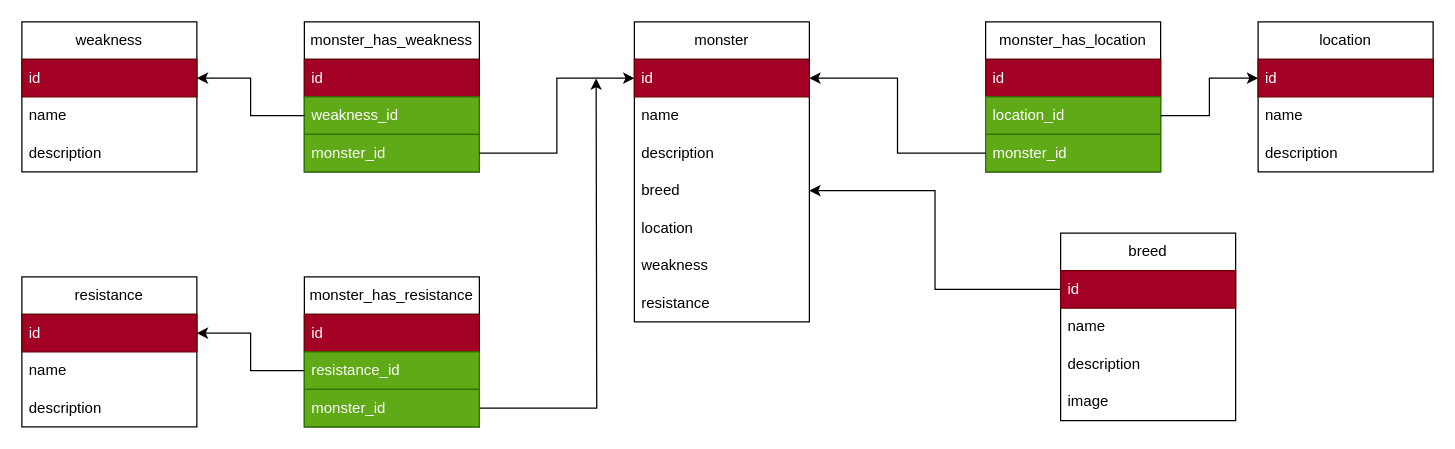
This is modelisation/mld/mld.drawio from AlainBonneau/Witcher-API, a draw.io file, before an edit. Source tidied: cells renumbered, new cells numbered last; positions are measured from the earlier drawing's top-left corner, leaving out a move shared by most shapes. Both pictures are drawn from the tidied source at 125%, with x=0, y=0 at pixel (21, 21).
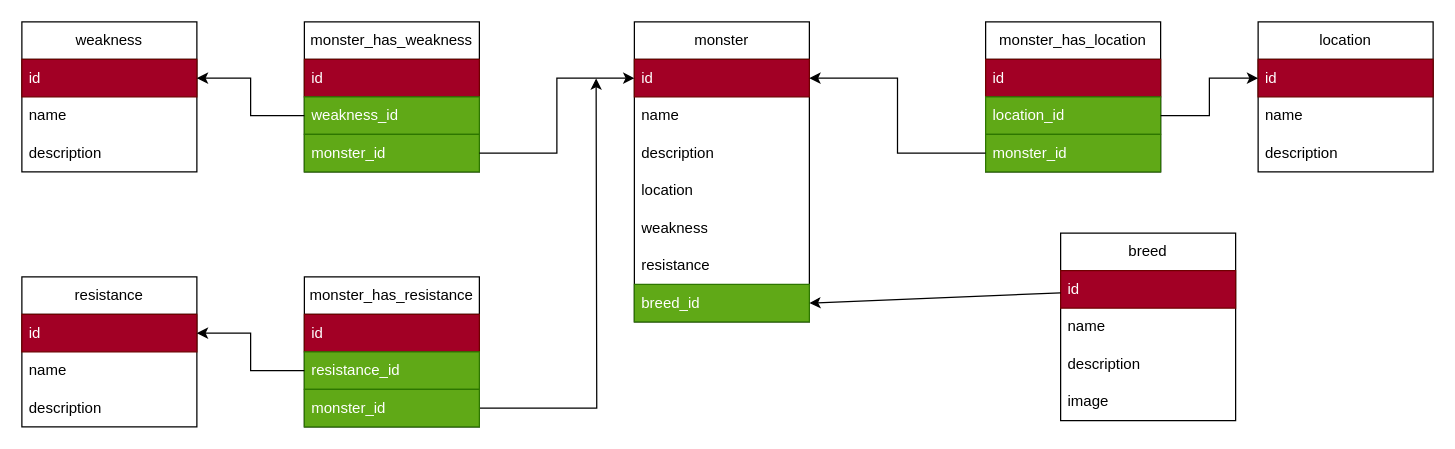
After the change.

Unchanged cells that the change refers to:
```xml
<mxCell id="2" value="monster" style="swimlane;fontStyle=0;horizontal=1;startSize=30;whiteSpace=wrap;html=1;" parent="1" vertex="1">
  <mxGeometry x="490" width="140" height="240" as="geometry" />
</mxCell>
<mxCell id="31" value="id" style="text;strokeColor=#6F0000;fillColor=#a20025;align=left;verticalAlign=middle;spacingLeft=4;spacingRight=4;overflow=hidden;points=[[0,0.5],[1,0.5]];portConstraint=eastwest;whiteSpace=wrap;html=1;fontColor=#ffffff;" parent="30" vertex="1">
  <mxGeometry y="30" width="140" height="30" as="geometry" />
</mxCell>
```

What changed in the source:
```diff
@@
-    <mxCell id="6" value="breed" style="text;strokeColor=none;fillColor=none;align=left;verticalAlign=middle;spacingLeft=4;spacingRight=4;overflow=hidden;points=[[0,0.5],[1,0.5]];portConstraint=eastwest;whiteSpace=wrap;html=1;" parent="2" vertex="1">
-      <mxGeometry y="120" width="140" height="30" as="geometry" />
-    </mxCell>
     <mxCell id="7" value="location" style="text;strokeColor=none;fillColor=none;align=left;verticalAlign=middle;spacingLeft=4;spacingRight=4;overflow=hidden;whiteSpace=wrap;html=1;" parent="2" vertex="1">
-      <mxGeometry y="150" width="140" height="30" as="geometry" />
+      <mxGeometry y="120" width="140" height="30" as="geometry" />
     </mxCell>
     <mxCell id="8" value="weakness" style="text;strokeColor=none;fillColor=none;align=left;verticalAlign=middle;spacingLeft=4;spacingRight=4;overflow=hidden;whiteSpace=wrap;html=1;" parent="2" vertex="1">
-      <mxGeometry y="180" width="140" height="30" as="geometry" />
+      <mxGeometry y="150" width="140" height="30" as="geometry" />
     </mxCell>
     <mxCell id="9" value="resistance" style="text;strokeColor=none;fillColor=none;align=left;verticalAlign=middle;spacingLeft=4;spacingRight=4;overflow=hidden;whiteSpace=wrap;html=1;" parent="2" vertex="1">
-      <mxGeometry y="210" width="140" height="30" as="geometry" />
+      <mxGeometry y="180" width="140" height="30" as="geometry" />
     </mxCell>
+    <mxCell id="46" value="breed_id" style="text;strokeColor=#2D7600;fillColor=#60a917;align=left;verticalAlign=middle;spacingLeft=4;spacingRight=4;overflow=hidden;points=[[0,0.5],[1,0.5]];portConstraint=eastwest;whiteSpace=wrap;html=1;fontColor=#ffffff;" parent="2" vertex="1">
+      <mxGeometry y="210" width="140" height="30" as="geometry" />
+    </mxCell>
@@
-    <mxCell id="35" style="edgeStyle=orthogonalEdgeStyle;rounded=0;jettySize=auto;html=1;entryX=1;entryY=0.5;entryDx=0;entryDy=0;" parent="1" edge="1" source="31" target="6">
-      <mxGeometry relative="1" as="geometry" />
-    </mxCell>
@@
+    <mxCell id="47" style="edgeStyle=none;html=1;entryX=1;entryY=0.5;entryDx=0;entryDy=0;" parent="1" edge="1" source="31" target="46">
+      <mxGeometry relative="1" as="geometry" />
+    </mxCell>
```
